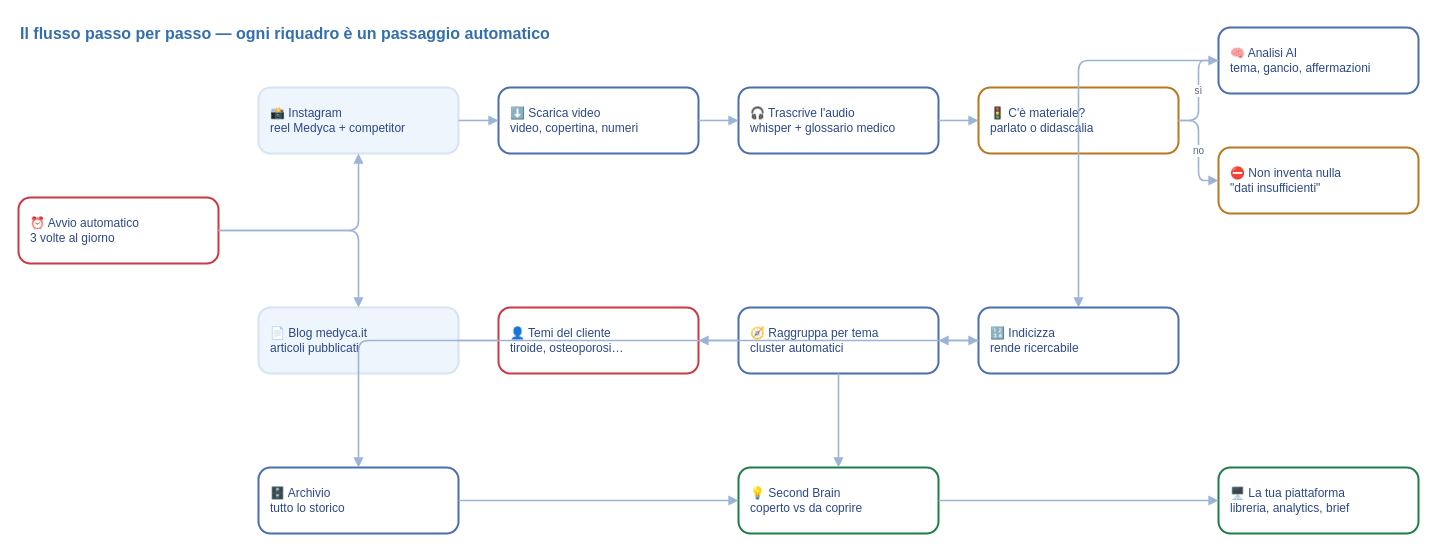
Earlier version of the draw.io diagram page "3 · Flusso (stile n8n)" (3 of 3) of FEC/public/docs/medycabrain-pipeline-cliente.drawio (Giuseppescaffid1/medycabrain). Source tidied: cells renumbered, new cells numbered last; positions are measured from the earlier drawing's top-left corner, leaving out a move shared by most shapes. Both pictures are drawn from the tidied source at 100%, with x=0, y=0 at pixel (18, 17).
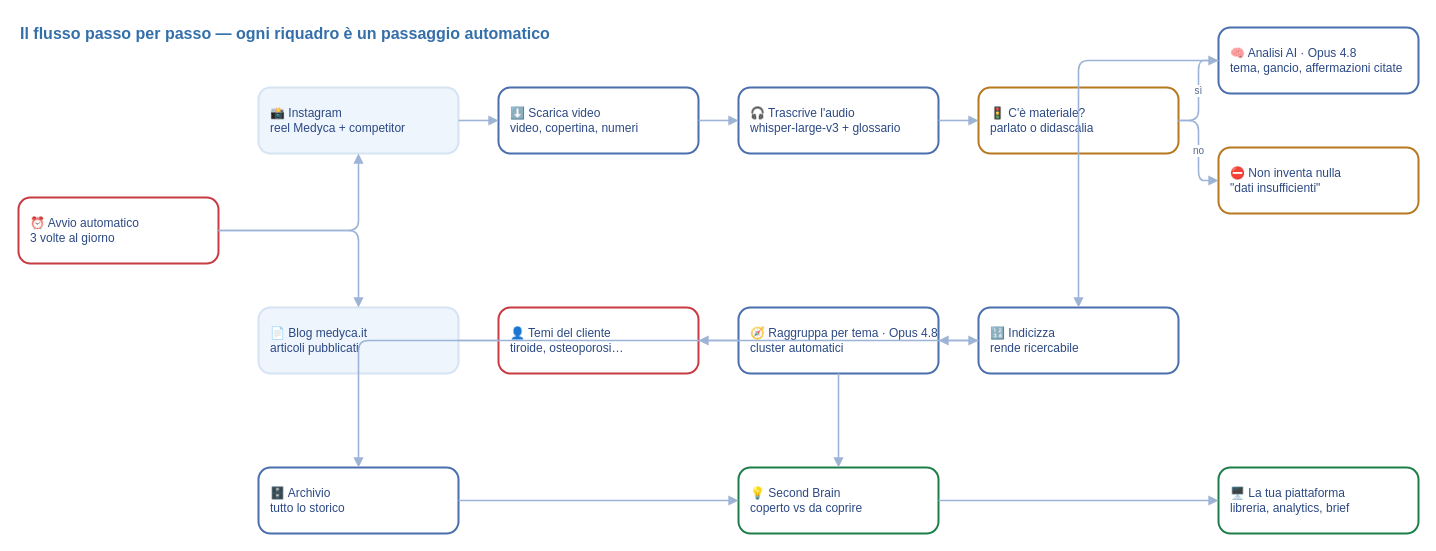
After the change.

What changed in the source:
```diff
@@
-    <mxCell id="7" value="🎧 Trascrive l'audio&#10;whisper + glossario medico" style="rounded=1;whiteSpace=wrap;html=1;arcSize=18;fillColor=#FFFFFF;strokeColor=#4A6FAC;strokeWidth=2;fontColor=#2C4984;fontSize=12;align=left;spacingLeft=10;verticalAlign=middle;" parent="1" vertex="1">
+    <mxCell id="7" value="🎧 Trascrive l'audio&#10;whisper-large-v3 + glossario" style="rounded=1;whiteSpace=wrap;html=1;arcSize=18;fillColor=#FFFFFF;strokeColor=#4A6FAC;strokeWidth=2;fontColor=#2C4984;fontSize=12;align=left;spacingLeft=10;verticalAlign=middle;" parent="1" vertex="1">
       <mxGeometry x="720" y="70" width="200" height="66" as="geometry" />
     </mxCell>
@@
-    <mxCell id="9" value="🧠 Analisi AI&#10;tema, gancio, affermazioni" style="rounded=1;whiteSpace=wrap;html=1;arcSize=18;fillColor=#FFFFFF;strokeColor=#4A6FAC;strokeWidth=2;fontColor=#2C4984;fontSize=12;align=left;spacingLeft=10;verticalAlign=middle;" parent="1" vertex="1">
+    <mxCell id="9" value="🧠 Analisi AI · Opus 4.8&#10;tema, gancio, affermazioni citate" style="rounded=1;whiteSpace=wrap;html=1;arcSize=18;fillColor=#FFFFFF;strokeColor=#4A6FAC;strokeWidth=2;fontColor=#2C4984;fontSize=12;align=left;spacingLeft=10;verticalAlign=middle;" parent="1" vertex="1">
       <mxGeometry x="1200" y="10" width="200" height="66" as="geometry" />
     </mxCell>
@@
-    <mxCell id="12" value="🧭 Raggruppa per tema&#10;cluster automatici" style="rounded=1;whiteSpace=wrap;html=1;arcSize=18;fillColor=#FFFFFF;strokeColor=#4A6FAC;strokeWidth=2;fontColor=#2C4984;fontSize=12;align=left;spacingLeft=10;verticalAlign=middle;" parent="1" vertex="1">
+    <mxCell id="12" value="🧭 Raggruppa per tema · Opus 4.8&#10;cluster automatici" style="rounded=1;whiteSpace=wrap;html=1;arcSize=18;fillColor=#FFFFFF;strokeColor=#4A6FAC;strokeWidth=2;fontColor=#2C4984;fontSize=12;align=left;spacingLeft=10;verticalAlign=middle;" parent="1" vertex="1">
       <mxGeometry x="720" y="290" width="200" height="66" as="geometry" />
     </mxCell>
```
